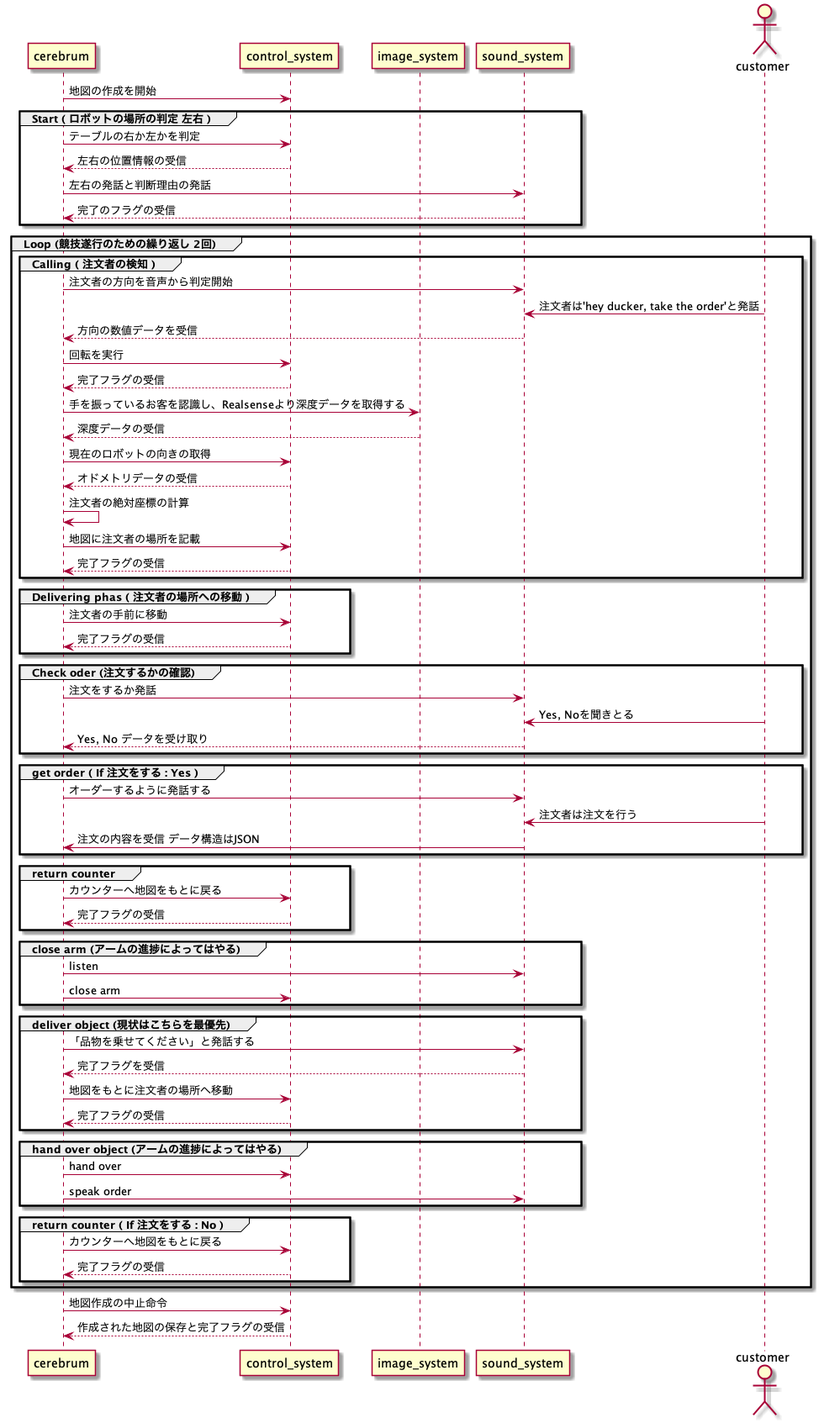
This is restaurant.png from rionehome/ros_restaurant, a PlantUML export, as it was before one commit.
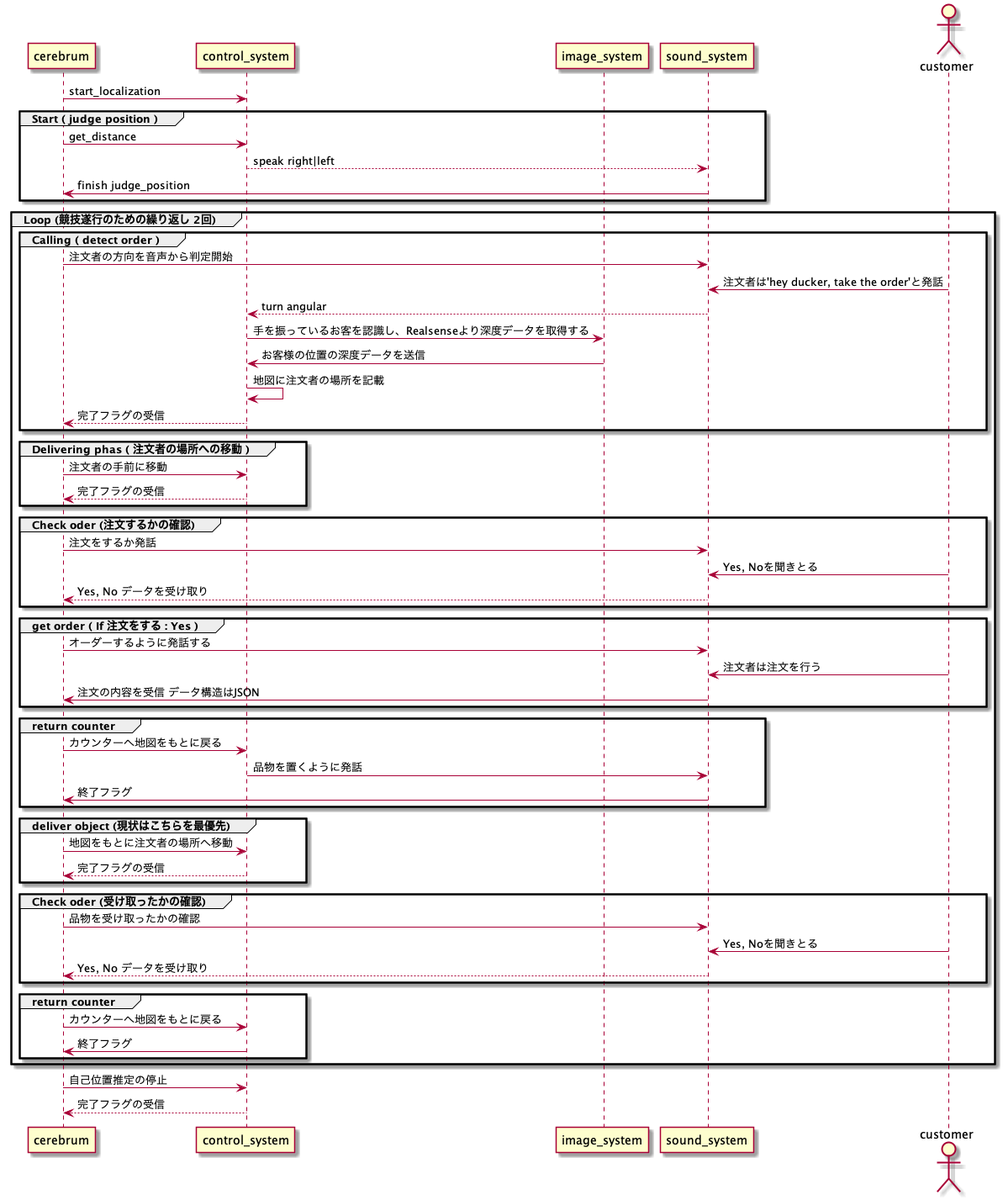
After the commit.

Commit message:
繊維に関する打ち合わせを行い,処理の簡易を図りました.

What changed in the source:
```diff
@@ -7,29 +7,23 @@
 actor customer
 
 
-cerebrum -> control_system: 地図の作成を開始
+cerebrum -> control_system: start_localization
 
-group Start ( ロボットの場所の判定 左右 )
-    cerebrum -> control_system: テーブルの右か左かを判定
-    control_system --> cerebrum: 左右の位置情報の受信
-    cerebrum -> sound_system: 左右の発話と判断理由の発話
-    sound_system --> cerebrum: 完了のフラグの受信
+group Start ( judge position )
+	cerebrum -> control_system: get_distance
+	control_system --> sound_system: speak right|left
+	sound_system -> cerebrum: finish judge_position
 end
 
 group Loop (競技遂行のための繰り返し 2回)
 
-    group Calling ( 注文者の検知 )
+	group Calling ( detect order )
         cerebrum -> sound_system: 注文者の方向を音声から判定開始
         customer -> sound_system: 注文者は'hey ducker, take the order'と発話
-        sound_system --> cerebrum: 方向の数値データを受信
-        cerebrum -> control_system: 回転を実行
-        control_system --> cerebrum: 完了フラグの受信
-        cerebrum -> image_system: 手を振っているお客を認識し、Realsenseより深度データを取得する
-        image_system --> cerebrum: 深度データの受信
-		cerebrum -> control_system: 現在のロボットの向きの取得
-		control_system --> cerebrum: オドメトリデータの受信
-		cerebrum -> cerebrum: 注文者の絶対座標の計算
-        cerebrum -> control_system: 地図に注文者の場所を記載
+		sound_system --> control_system: turn angular
+		control_system -> image_system: 手を振っているお客を認識し、Realsenseより深度データを取得する
+		image_system -> control_system: お客様の位置の深度データを送信
+		control_system -> control_system: 地図に注文者の場所を記載
         control_system --> cerebrum: 完了フラグの受信
     end
 
@@ -54,34 +48,29 @@
 
     group return counter
         cerebrum -> control_system: カウンターへ地図をもとに戻る
-        control_system --> cerebrum: 完了フラグの受信
-    end
-
-    group close arm (アームの進捗によってはやる)
-        cerebrum ->sound_system : listen
-        cerebrum ->control_system : close arm
+		control_system -> sound_system: 品物を置くように発話
+		sound_system -> cerebrum: 終了フラグ
     end
 
     group deliver object (現状はこちらを最優先)
-        cerebrum -> sound_system: 「品物を乗せてください」と発話する
-		sound_system --> cerebrum: 完了フラグを受信
         cerebrum -> control_system: 地図をもとに注文者の場所へ移動
         control_system --> cerebrum: 完了フラグの受信
     end
 
-    group hand over object (アームの進捗によってはやる)
-        cerebrum -> control_system : hand over
-        cerebrum -> sound_system : speak order
+	group Check oder (受け取ったかの確認)
+        cerebrum -> sound_system: 品物を受け取ったかの確認
+        customer -> sound_system: Yes, Noを聞きとる
+        sound_system --> cerebrum: Yes, No データを受け取り
     end
 
-	group return counter ( If 注文をする : No )
+	group return counter
         cerebrum -> control_system: カウンターへ地図をもとに戻る
-        control_system --> cerebrum: 完了フラグの受信
-    end
+		control_system -> cerebrum: 終了フラグ
+	end
 
 end
 
-cerebrum -> control_system: 地図作成の中止命令
-control_system --> cerebrum: 作成された地図の保存と完了フラグの受信
+cerebrum -> control_system: 自己位置推定の停止
+control_system --> cerebrum: 完了フラグの受信
 
 @enduml
```
